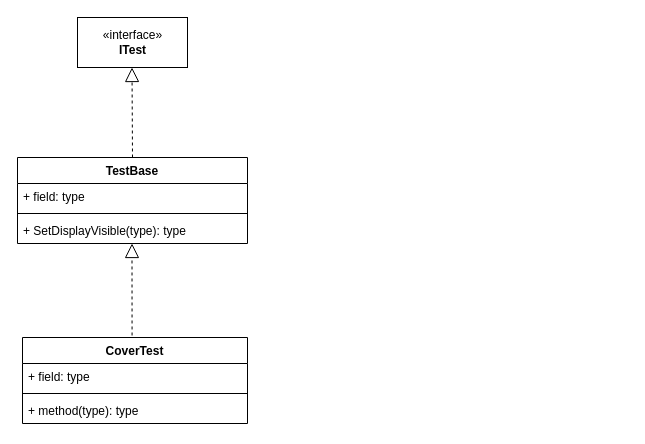
This is ElanFT Diagram.drawio from DoraAHsu/Windows-Device-Driver, a draw.io file, before an edit. Source tidied: cells renumbered, new cells numbered last; positions are measured from the earlier drawing's top-left corner, leaving out a move shared by most shapes. Both pictures are drawn from the tidied source at 100%, with x=0, y=0 at pixel (17, 17).
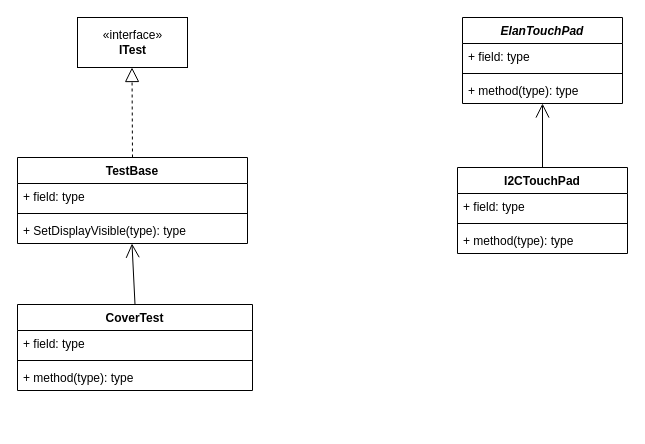
After the change.

Change to the diagram source:
```diff
@@
-    <mxCell id="8" style="endArrow=block;dashed=1;endFill=0;endSize=12;html=1;exitX=0.487;exitY=0.116;exitDx=0;exitDy=0;exitPerimeter=0;" parent="1" edge="1" source="9">
-      <mxGeometry relative="1" as="geometry">
-        <mxPoint x="114.5" y="226" as="targetPoint" />
-      </mxGeometry>
-    </mxCell>
     <mxCell id="9" value="CoverTest" style="swimlane;fontStyle=1;align=center;verticalAlign=top;horizontal=1;startSize=26;" parent="1" vertex="1">
-      <mxGeometry x="5" y="320" width="225" height="86" as="geometry" />
+      <mxGeometry y="287" width="235" height="86" as="geometry" />
     </mxCell>
     <mxCell id="10" value="+ field: type" style="text;strokeColor=none;fillColor=none;align=left;verticalAlign=top;spacingLeft=4;spacingRight=4;overflow=hidden;" parent="9" vertex="1">
-      <mxGeometry y="26" width="225" height="26" as="geometry" />
+      <mxGeometry y="26" width="235" height="26" as="geometry" />
     </mxCell>
     <mxCell id="11" style="line;strokeWidth=1;fillColor=none;align=left;verticalAlign=middle;spacingTop=-1;spacingLeft=3;spacingRight=3;labelPosition=right;" parent="9" vertex="1">
-      <mxGeometry y="52" width="225" height="8" as="geometry" />
+      <mxGeometry y="52" width="235" height="8" as="geometry" />
     </mxCell>
     <mxCell id="12" value="+ method(type): type" style="text;strokeColor=none;fillColor=none;align=left;verticalAlign=top;spacingLeft=4;spacingRight=4;overflow=hidden;" parent="9" vertex="1">
-      <mxGeometry y="60" width="225" height="26" as="geometry" />
+      <mxGeometry y="60" width="235" height="26" as="geometry" />
     </mxCell>
+    <mxCell id="13" value="ElanTouchPad" style="swimlane;fontStyle=3;align=center;verticalAlign=top;horizontal=1;startSize=26;" parent="1" vertex="1">
+      <mxGeometry x="445" width="160" height="86" as="geometry" />
+    </mxCell>
+    <mxCell id="14" value="+ field: type" style="text;strokeColor=none;fillColor=none;align=left;verticalAlign=top;spacingLeft=4;spacingRight=4;overflow=hidden;" parent="13" vertex="1">
+      <mxGeometry y="26" width="160" height="26" as="geometry" />
+    </mxCell>
+    <mxCell id="15" style="line;strokeWidth=1;fillColor=none;align=left;verticalAlign=middle;spacingTop=-1;spacingLeft=3;spacingRight=3;labelPosition=right;" parent="13" vertex="1">
+      <mxGeometry y="52" width="160" height="8" as="geometry" />
+    </mxCell>
+    <mxCell id="16" value="+ method(type): type" style="text;strokeColor=none;fillColor=none;align=left;verticalAlign=top;spacingLeft=4;spacingRight=4;overflow=hidden;points=[[0,0.5],[1,0.5]];portConstraint=eastwest;" parent="13" vertex="1">
+      <mxGeometry y="60" width="160" height="26" as="geometry" />
+    </mxCell>
+    <mxCell id="17" value="I2CTouchPad" style="swimlane;fontStyle=1;align=center;verticalAlign=top;horizontal=1;startSize=26;" parent="1" vertex="1">
+      <mxGeometry x="440" y="150" width="170" height="86" as="geometry" />
+    </mxCell>
+    <mxCell id="18" value="+ field: type" style="text;strokeColor=none;fillColor=none;align=left;verticalAlign=top;spacingLeft=4;spacingRight=4;overflow=hidden;" parent="17" vertex="1">
+      <mxGeometry y="26" width="170" height="26" as="geometry" />
+    </mxCell>
+    <mxCell id="19" style="line;strokeWidth=1;fillColor=none;align=left;verticalAlign=middle;spacingTop=-1;spacingLeft=3;spacingRight=3;labelPosition=right;" parent="17" vertex="1">
+      <mxGeometry y="52" width="170" height="8" as="geometry" />
+    </mxCell>
+    <mxCell id="20" value="+ method(type): type" style="text;strokeColor=none;fillColor=none;align=left;verticalAlign=top;spacingLeft=4;spacingRight=4;overflow=hidden;" parent="17" vertex="1">
+      <mxGeometry y="60" width="170" height="26" as="geometry" />
+    </mxCell>
+    <mxCell id="21" style="endArrow=open;endFill=1;endSize=12;html=1;exitX=0.5;exitY=0;exitDx=0;exitDy=0;" parent="1" edge="1" source="9">
+      <mxGeometry relative="1" as="geometry">
+        <mxPoint x="114.5" y="226" as="targetPoint" />
+      </mxGeometry>
+    </mxCell>
+    <mxCell id="22" style="endArrow=open;endFill=1;endSize=12;html=1;" parent="1" edge="1" source="17" target="16">
+      <mxGeometry relative="1" as="geometry" />
+    </mxCell>
```
